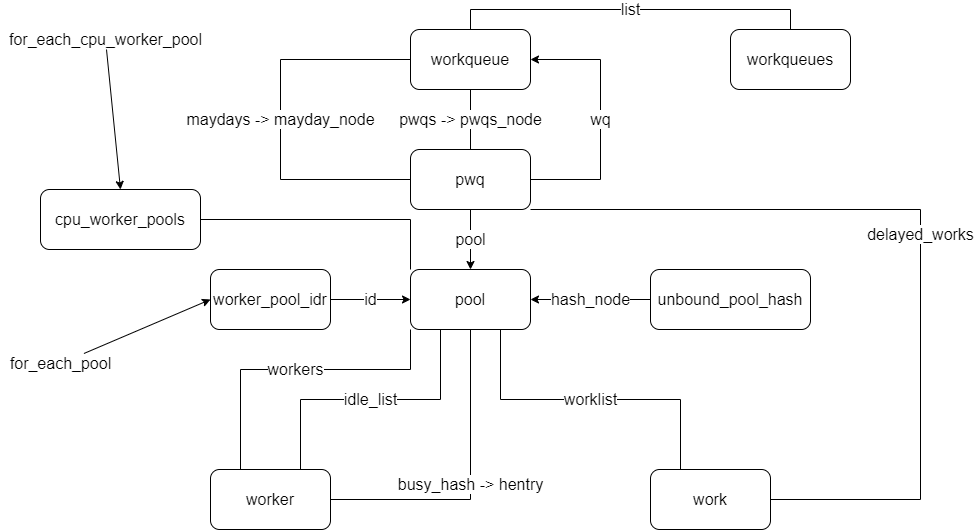
Above: workqueue.png in craftsfish/design (draw.io), before the change. Source tidied: cells renumbered, new cells last; positions are measured from the earlier drawing's top-left corner, leaving out a move shared by most shapes.
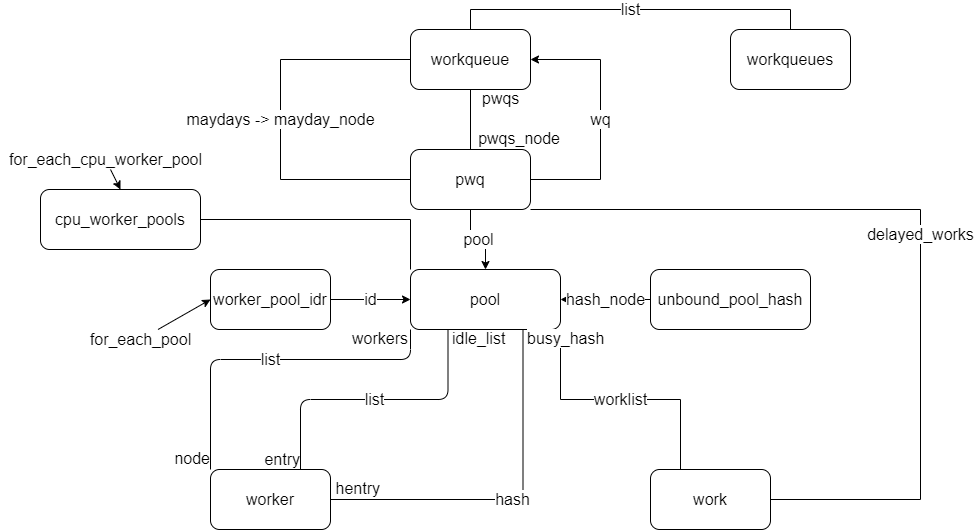
After the change.

What changed in the source:
```diff
@@ -2,9 +2,9 @@
   <root>
     <mxCell id="0" />
     <mxCell id="1" parent="0" />
-    <mxCell id="2" value="pwqs -&amp;gt;&amp;nbsp;pwqs_node" style="edgeStyle=orthogonalEdgeStyle;rounded=0;jettySize=auto;html=1;exitX=0.5;exitY=1;exitDx=0;exitDy=0;entryX=0.5;entryY=0;entryDx=0;entryDy=0;fontSize=16;startArrow=none;startFill=0;endArrow=none;endFill=0;" parent="1" edge="1" source="4" target="8">
-      <mxGeometry relative="1" as="geometry" />
-    </mxCell>
+    <mxCell id="14" value="worker" style="rounded=1;whiteSpace=wrap;html=1;fontSize=16;" parent="1" vertex="1">
+      <mxGeometry x="210" y="440" width="120" height="60" as="geometry" />
+    </mxCell>
     <mxCell id="3" value="maydays -&amp;gt; mayday_node" style="edgeStyle=orthogonalEdgeStyle;rounded=0;jettySize=auto;html=1;exitX=0;exitY=0.5;exitDx=0;exitDy=0;entryX=0;entryY=0.5;entryDx=0;entryDy=0;startArrow=none;startFill=0;endArrow=none;endFill=0;fontSize=16;" parent="1" edge="1" source="4" target="8">
       <mxGeometry relative="1" as="geometry">
         <Array as="points">
@@ -13,9 +13,6 @@
         </Array>
       </mxGeometry>
     </mxCell>
-    <mxCell id="4" value="workqueue" style="rounded=1;whiteSpace=wrap;html=1;fontSize=16;" parent="1" vertex="1">
-      <mxGeometry x="410" width="120" height="60" as="geometry" />
-    </mxCell>
     <mxCell id="5" value="pool" style="edgeStyle=orthogonalEdgeStyle;rounded=0;jettySize=auto;html=1;exitX=0.5;exitY=1;exitDx=0;exitDy=0;entryX=0.5;entryY=0;entryDx=0;entryDy=0;fontSize=16;" parent="1" edge="1" source="8" target="13">
       <mxGeometry relative="1" as="geometry" />
     </mxCell>
@@ -38,29 +35,9 @@
     <mxCell id="8" value="pwq" style="rounded=1;whiteSpace=wrap;html=1;fontSize=16;" parent="1" vertex="1">
       <mxGeometry x="410" y="120" width="120" height="60" as="geometry" />
     </mxCell>
-    <mxCell id="9" value="worklist" style="edgeStyle=orthogonalEdgeStyle;rounded=0;jettySize=auto;html=1;exitX=0.75;exitY=1;exitDx=0;exitDy=0;entryX=0.25;entryY=0;entryDx=0;entryDy=0;startArrow=none;startFill=0;endArrow=none;endFill=0;fontSize=16;" parent="1" edge="1" source="13" target="19">
+    <mxCell id="9" value="worklist" style="edgeStyle=orthogonalEdgeStyle;rounded=0;jettySize=auto;html=1;exitX=1;exitY=1;exitDx=0;exitDy=0;entryX=0.25;entryY=0;entryDx=0;entryDy=0;startArrow=none;startFill=0;endArrow=none;endFill=0;fontSize=16;" parent="1" edge="1" source="13" target="19">
       <mxGeometry relative="1" as="geometry" />
     </mxCell>
-    <mxCell id="10" value="idle_list" style="edgeStyle=orthogonalEdgeStyle;rounded=0;jettySize=auto;html=1;exitX=0.25;exitY=1;exitDx=0;exitDy=0;entryX=0.75;entryY=0;entryDx=0;entryDy=0;startArrow=none;startFill=0;endArrow=none;endFill=0;fontSize=16;" parent="1" edge="1" source="13" target="14">
-      <mxGeometry relative="1" as="geometry" />
-    </mxCell>
-    <mxCell id="11" value="workers" style="edgeStyle=orthogonalEdgeStyle;rounded=0;jettySize=auto;html=1;exitX=0;exitY=1;exitDx=0;exitDy=0;entryX=0.25;entryY=0;entryDx=0;entryDy=0;startArrow=none;startFill=0;endArrow=none;endFill=0;fontSize=16;" parent="1" edge="1" source="13" target="14">
-      <mxGeometry relative="1" as="geometry">
-        <Array as="points">
-          <mxPoint x="410" y="340" />
-          <mxPoint x="240" y="340" />
-        </Array>
-      </mxGeometry>
-    </mxCell>
-    <mxCell id="12" value="busy_hash -&amp;gt; hentry" style="edgeStyle=orthogonalEdgeStyle;rounded=0;jettySize=auto;html=1;exitX=0.5;exitY=1;exitDx=0;exitDy=0;entryX=1;entryY=0.5;entryDx=0;entryDy=0;startArrow=none;startFill=0;endArrow=none;endFill=0;fontSize=16;" parent="1" edge="1" source="13" target="14">
-      <mxGeometry relative="1" as="geometry" />
-    </mxCell>
-    <mxCell id="13" value="pool" style="rounded=1;whiteSpace=wrap;html=1;fontSize=16;" parent="1" vertex="1">
-      <mxGeometry x="410" y="240" width="120" height="60" as="geometry" />
-    </mxCell>
-    <mxCell id="14" value="worker" style="rounded=1;whiteSpace=wrap;html=1;fontSize=16;" parent="1" vertex="1">
-      <mxGeometry x="210" y="440" width="120" height="60" as="geometry" />
-    </mxCell>
     <mxCell id="15" value="hash_node" style="edgeStyle=orthogonalEdgeStyle;rounded=0;jettySize=auto;html=1;exitX=0;exitY=0.5;exitDx=0;exitDy=0;entryX=1;entryY=0.5;entryDx=0;entryDy=0;fontSize=16;" parent="1" edge="1" source="16" target="13">
       <mxGeometry relative="1" as="geometry" />
     </mxCell>
@@ -92,13 +69,72 @@
       <mxGeometry relative="1" as="geometry" />
     </mxCell>
     <mxCell id="25" value="for_each_pool" style="text;html=1;align=center;verticalAlign=middle;points=[];fontSize=16;" parent="1" vertex="1">
-      <mxGeometry y="324" width="120" height="20" as="geometry" />
+      <mxGeometry x="80" y="300" width="120" height="20" as="geometry" />
     </mxCell>
     <mxCell id="26" style="edgeStyle=none;rounded=0;jettySize=auto;html=1;entryX=0.5;entryY=0;entryDx=0;entryDy=0;startArrow=none;startFill=0;endArrow=classic;endFill=1;fontSize=16;" parent="1" edge="1" source="27" target="23">
       <mxGeometry relative="1" as="geometry" />
     </mxCell>
     <mxCell id="27" value="for_each_cpu_worker_pool" style="text;html=1;align=center;verticalAlign=middle;points=[];fontSize=16;" parent="1" vertex="1">
-      <mxGeometry width="210" height="20" as="geometry" />
+      <mxGeometry y="120" width="210" height="20" as="geometry" />
     </mxCell>
+    <mxCell id="2" style="endArrow=none;html=1;fontSize=16;endFill=0;exitX=0.5;exitY=1;exitDx=0;exitDy=0;entryX=0.5;entryY=0;entryDx=0;entryDy=0;" parent="1" edge="1" source="4" target="8">
+      <mxGeometry relative="1" as="geometry" />
+    </mxCell>
+    <mxCell id="28" value="pwqs" style="edgeLabel;html=1;align=left;verticalAlign=bottom;fontSize=16;" parent="2" vertex="1">
+      <mxGeometry x="-1" relative="1" as="geometry">
+        <mxPoint x="10" y="20" as="offset" />
+      </mxGeometry>
+    </mxCell>
+    <mxCell id="29" value="pwqs_node" style="edgeLabel;html=1;align=right;verticalAlign=bottom;fontSize=16;" parent="2" vertex="1">
+      <mxGeometry x="1" relative="1" as="geometry">
+        <mxPoint x="90" as="offset" />
+      </mxGeometry>
+    </mxCell>
+    <mxCell id="4" value="workqueue" style="rounded=1;whiteSpace=wrap;html=1;fontSize=16;" parent="1" vertex="1">
+      <mxGeometry x="410" width="120" height="60" as="geometry" />
+    </mxCell>
+    <mxCell id="30" value="list" style="endArrow=none;html=1;fontSize=16;exitX=0;exitY=1;exitDx=0;exitDy=0;entryX=0;entryY=0;entryDx=0;entryDy=0;edgeStyle=orthogonalEdgeStyle;endFill=0;" parent="1" edge="1" source="13" target="14">
+      <mxGeometry relative="1" as="geometry">
+        <Array as="points">
+          <mxPoint x="410" y="330" />
+          <mxPoint x="210" y="330" />
+        </Array>
+      </mxGeometry>
+    </mxCell>
+    <mxCell id="11" value="workers" style="edgeLabel;html=1;align=left;verticalAlign=bottom;fontSize=16;" parent="30" vertex="1">
+      <mxGeometry x="-1" relative="1" as="geometry">
+        <mxPoint x="-60" y="20" as="offset" />
+      </mxGeometry>
+    </mxCell>
+    <mxCell id="31" value="node" style="edgeLabel;html=1;align=right;verticalAlign=bottom;fontSize=16;" parent="30" vertex="1">
+      <mxGeometry x="1" relative="1" as="geometry" />
+    </mxCell>
+    <mxCell id="32" value="list" style="endArrow=none;html=1;fontSize=16;exitX=0.25;exitY=1;exitDx=0;exitDy=0;entryX=0.75;entryY=0;entryDx=0;entryDy=0;edgeStyle=orthogonalEdgeStyle;endFill=0;" parent="1" edge="1" source="13" target="14">
+      <mxGeometry relative="1" as="geometry" />
+    </mxCell>
+    <mxCell id="10" value="idle_list" style="edgeLabel;html=1;align=left;verticalAlign=bottom;fontSize=16;" parent="32" vertex="1">
+      <mxGeometry x="-1" relative="1" as="geometry">
+        <mxPoint x="2.5" y="20" as="offset" />
+      </mxGeometry>
+    </mxCell>
+    <mxCell id="33" value="entry" style="edgeLabel;html=1;align=right;verticalAlign=bottom;fontSize=16;" parent="32" vertex="1">
+      <mxGeometry x="1" relative="1" as="geometry" />
+    </mxCell>
+    <mxCell id="13" value="pool" style="rounded=1;whiteSpace=wrap;html=1;fontSize=16;" parent="1" vertex="1">
+      <mxGeometry x="410" y="240" width="150" height="60" as="geometry" />
+    </mxCell>
+    <mxCell id="34" value="hash" style="endArrow=none;html=1;fontSize=16;exitX=0.75;exitY=1;exitDx=0;exitDy=0;entryX=1;entryY=0.5;entryDx=0;entryDy=0;edgeStyle=orthogonalEdgeStyle;endFill=0;" parent="1" edge="1" source="13" target="14">
+      <mxGeometry relative="1" as="geometry" />
+    </mxCell>
+    <mxCell id="35" value="busy_hash" style="edgeLabel;html=1;align=left;verticalAlign=bottom;fontSize=16;" parent="34" vertex="1">
+      <mxGeometry x="-1" relative="1" as="geometry">
+        <mxPoint x="2.5" y="20" as="offset" />
+      </mxGeometry>
+    </mxCell>
+    <mxCell id="36" value="hentry" style="edgeLabel;html=1;align=right;verticalAlign=bottom;fontSize=16;" parent="34" vertex="1">
+      <mxGeometry x="1" relative="1" as="geometry">
+        <mxPoint x="50.5" as="offset" />
+      </mxGeometry>
+    </mxCell>
   </root>
 </mxGraphModel>
```
